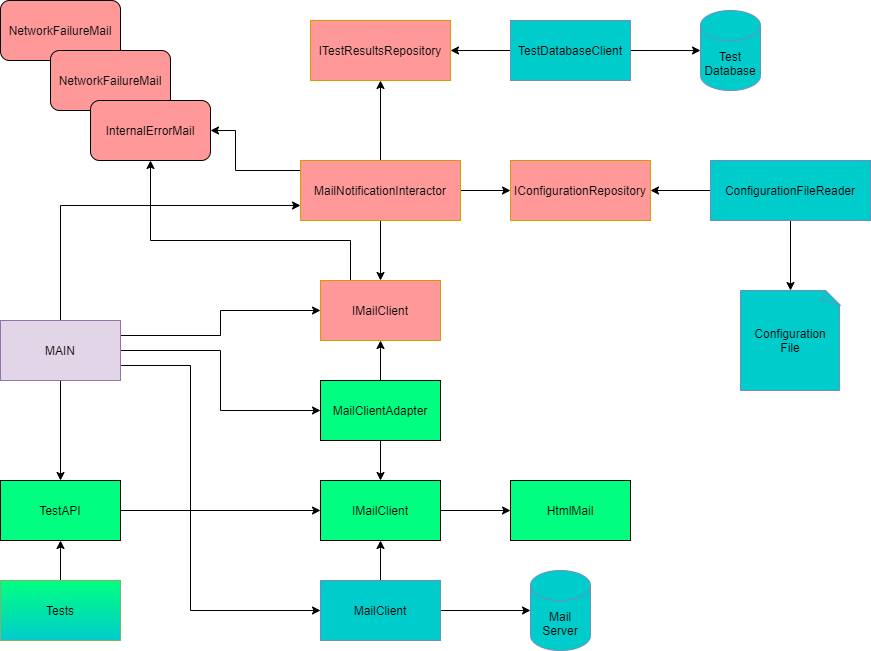
Earlier version of the draw.io export assets/clean-architecture/sending-emails/Step4.drawio.png (plainionist/plainionist.github.io). Source tidied: cells renumbered, new cells last; positions are measured from the earlier drawing's top-left corner, leaving out a move shared by most shapes. Its diagram source:
```xml
<mxGraphModel>
  <root>
    <mxCell id="0" />
    <mxCell id="1" parent="0" />
    <mxCell id="2" value="NetworkFailureMail" style="rounded=1;whiteSpace=wrap;html=1;fillColor=#FF9999;" parent="1" vertex="1">
      <mxGeometry width="120" height="60" as="geometry" />
    </mxCell>
    <mxCell id="3" style="edgeStyle=orthogonalEdgeStyle;rounded=0;jettySize=auto;html=1;exitX=1;exitY=0.5;exitDx=0;exitDy=0;" parent="1" edge="1" source="5" target="6">
      <mxGeometry relative="1" as="geometry" />
    </mxCell>
    <mxCell id="4" style="edgeStyle=orthogonalEdgeStyle;rounded=0;jettySize=auto;html=1;exitX=0.5;exitY=0;exitDx=0;exitDy=0;entryX=0.5;entryY=1;entryDx=0;entryDy=0;" parent="1" edge="1" source="5" target="33">
      <mxGeometry relative="1" as="geometry" />
    </mxCell>
    <mxCell id="5" value="MailClient" style="rounded=0;whiteSpace=wrap;html=1;fillColor=#00CCCC;strokeColor=#6c8ebf;" parent="1" vertex="1">
      <mxGeometry x="320" y="580" width="120" height="60" as="geometry" />
    </mxCell>
    <mxCell id="6" value="Mail&lt;br&gt;Server" style="shape=cylinder3;whiteSpace=wrap;html=1;boundedLbl=1;backgroundOutline=1;size=15;fillColor=#00CCCC;strokeColor=#6c8ebf;" parent="1" vertex="1">
      <mxGeometry x="530" y="570" width="60" height="80" as="geometry" />
    </mxCell>
    <mxCell id="7" style="edgeStyle=orthogonalEdgeStyle;rounded=0;jettySize=auto;html=1;exitX=0;exitY=0.5;exitDx=0;exitDy=0;entryX=1;entryY=0.5;entryDx=0;entryDy=0;" parent="1" edge="1" source="11" target="25">
      <mxGeometry relative="1" as="geometry">
        <Array as="points">
          <mxPoint x="320" y="170" />
          <mxPoint x="235" y="170" />
          <mxPoint x="235" y="100" />
        </Array>
      </mxGeometry>
    </mxCell>
    <mxCell id="8" style="edgeStyle=orthogonalEdgeStyle;rounded=0;jettySize=auto;html=1;exitX=0.5;exitY=1;exitDx=0;exitDy=0;entryX=0.5;entryY=0;entryDx=0;entryDy=0;" parent="1" edge="1" source="11" target="13">
      <mxGeometry relative="1" as="geometry" />
    </mxCell>
    <mxCell id="9" style="edgeStyle=orthogonalEdgeStyle;rounded=0;jettySize=auto;html=1;exitX=0.5;exitY=0;exitDx=0;exitDy=0;entryX=0.5;entryY=1;entryDx=0;entryDy=0;" parent="1" edge="1" source="11" target="22">
      <mxGeometry relative="1" as="geometry" />
    </mxCell>
    <mxCell id="10" style="edgeStyle=orthogonalEdgeStyle;rounded=0;jettySize=auto;html=1;exitX=1;exitY=0.5;exitDx=0;exitDy=0;entryX=0;entryY=0.5;entryDx=0;entryDy=0;" parent="1" edge="1" source="11" target="23">
      <mxGeometry relative="1" as="geometry" />
    </mxCell>
    <mxCell id="11" value="MailNotificationInteractor" style="rounded=0;whiteSpace=wrap;html=1;fillColor=#FF9999;strokeColor=#d79b00;" parent="1" vertex="1">
      <mxGeometry x="300" y="160" width="160" height="60" as="geometry" />
    </mxCell>
    <mxCell id="12" style="edgeStyle=orthogonalEdgeStyle;rounded=0;jettySize=auto;html=1;exitX=0.25;exitY=0;exitDx=0;exitDy=0;entryX=0.5;entryY=1;entryDx=0;entryDy=0;" parent="1" edge="1" source="13" target="25">
      <mxGeometry relative="1" as="geometry">
        <Array as="points">
          <mxPoint x="350" y="240" />
          <mxPoint x="150" y="240" />
        </Array>
      </mxGeometry>
    </mxCell>
    <mxCell id="13" value="IMailClient" style="rounded=0;whiteSpace=wrap;html=1;fillColor=#FF9999;strokeColor=#d79b00;" parent="1" vertex="1">
      <mxGeometry x="320" y="280" width="120" height="60" as="geometry" />
    </mxCell>
    <mxCell id="14" style="edgeStyle=orthogonalEdgeStyle;rounded=0;jettySize=auto;html=1;exitX=1;exitY=0.75;exitDx=0;exitDy=0;entryX=0;entryY=0.5;entryDx=0;entryDy=0;" parent="1" edge="1" source="19" target="5">
      <mxGeometry relative="1" as="geometry">
        <Array as="points">
          <mxPoint x="190" y="365" />
          <mxPoint x="190" y="610" />
        </Array>
      </mxGeometry>
    </mxCell>
    <mxCell id="15" style="edgeStyle=orthogonalEdgeStyle;rounded=0;jettySize=auto;html=1;exitX=1;exitY=0.25;exitDx=0;exitDy=0;" parent="1" edge="1" source="19" target="13">
      <mxGeometry relative="1" as="geometry" />
    </mxCell>
    <mxCell id="16" style="edgeStyle=orthogonalEdgeStyle;rounded=0;jettySize=auto;html=1;exitX=0.5;exitY=0;exitDx=0;exitDy=0;entryX=0;entryY=0.75;entryDx=0;entryDy=0;" parent="1" edge="1" source="19" target="11">
      <mxGeometry relative="1" as="geometry" />
    </mxCell>
    <mxCell id="17" style="edgeStyle=orthogonalEdgeStyle;rounded=0;jettySize=auto;html=1;exitX=1;exitY=0.5;exitDx=0;exitDy=0;entryX=0;entryY=0.5;entryDx=0;entryDy=0;" parent="1" edge="1" source="19" target="36">
      <mxGeometry relative="1" as="geometry" />
    </mxCell>
    <mxCell id="18" style="edgeStyle=orthogonalEdgeStyle;rounded=0;jettySize=auto;html=1;exitX=0.5;exitY=1;exitDx=0;exitDy=0;" parent="1" edge="1" source="19" target="39">
      <mxGeometry relative="1" as="geometry" />
    </mxCell>
    <mxCell id="19" value="MAIN" style="rounded=0;whiteSpace=wrap;html=1;fillColor=#e1d5e7;strokeColor=#9673a6;" parent="1" vertex="1">
      <mxGeometry y="320" width="120" height="60" as="geometry" />
    </mxCell>
    <mxCell id="20" value="Test&lt;br&gt;Database" style="shape=cylinder3;whiteSpace=wrap;html=1;boundedLbl=1;backgroundOutline=1;size=15;fillColor=#00CCCC;strokeColor=#6c8ebf;" parent="1" vertex="1">
      <mxGeometry x="700" y="10" width="60" height="80" as="geometry" />
    </mxCell>
    <mxCell id="21" value="Configuration&lt;br&gt;File" style="whiteSpace=wrap;html=1;shape=mxgraph.basic.document;fillColor=#00CCCC;strokeColor=#6c8ebf;" parent="1" vertex="1">
      <mxGeometry x="740" y="290" width="100" height="100" as="geometry" />
    </mxCell>
    <mxCell id="22" value="ITestResultsRepository" style="rounded=0;whiteSpace=wrap;html=1;fillColor=#FF9999;strokeColor=#d79b00;" parent="1" vertex="1">
      <mxGeometry x="310" y="20" width="140" height="60" as="geometry" />
    </mxCell>
    <mxCell id="23" value="IConfigurationRepository" style="rounded=0;whiteSpace=wrap;html=1;fillColor=#FF9999;strokeColor=#d79b00;" parent="1" vertex="1">
      <mxGeometry x="510" y="160" width="140" height="60" as="geometry" />
    </mxCell>
    <mxCell id="24" value="NetworkFailureMail" style="rounded=1;whiteSpace=wrap;html=1;fillColor=#FF9999;" parent="1" vertex="1">
      <mxGeometry x="50" y="50" width="120" height="60" as="geometry" />
    </mxCell>
    <mxCell id="25" value="InternalErrorMail" style="rounded=1;whiteSpace=wrap;html=1;fillColor=#FF9999;" parent="1" vertex="1">
      <mxGeometry x="90" y="100" width="120" height="60" as="geometry" />
    </mxCell>
    <mxCell id="26" style="edgeStyle=orthogonalEdgeStyle;rounded=0;jettySize=auto;html=1;entryX=1;entryY=0.5;entryDx=0;entryDy=0;" parent="1" edge="1" source="28" target="22">
      <mxGeometry relative="1" as="geometry" />
    </mxCell>
    <mxCell id="27" style="edgeStyle=orthogonalEdgeStyle;rounded=0;jettySize=auto;html=1;exitX=1;exitY=0.5;exitDx=0;exitDy=0;entryX=0;entryY=0.5;entryDx=0;entryDy=0;entryPerimeter=0;" parent="1" edge="1" source="28" target="20">
      <mxGeometry relative="1" as="geometry" />
    </mxCell>
    <mxCell id="28" value="TestDatabaseClient" style="rounded=0;whiteSpace=wrap;html=1;fillColor=#00CCCC;strokeColor=#6c8ebf;" parent="1" vertex="1">
      <mxGeometry x="510" y="20" width="120" height="60" as="geometry" />
    </mxCell>
    <mxCell id="29" style="edgeStyle=orthogonalEdgeStyle;rounded=0;jettySize=auto;html=1;entryX=1;entryY=0.5;entryDx=0;entryDy=0;" parent="1" edge="1" source="31" target="23">
      <mxGeometry relative="1" as="geometry" />
    </mxCell>
    <mxCell id="30" style="edgeStyle=orthogonalEdgeStyle;rounded=0;jettySize=auto;html=1;exitX=0.5;exitY=1;exitDx=0;exitDy=0;entryX=0.5;entryY=0;entryDx=0;entryDy=0;entryPerimeter=0;" parent="1" edge="1" source="31" target="21">
      <mxGeometry relative="1" as="geometry" />
    </mxCell>
    <mxCell id="31" value="ConfigurationFileReader" style="rounded=0;whiteSpace=wrap;html=1;fillColor=#00CCCC;strokeColor=#6c8ebf;" parent="1" vertex="1">
      <mxGeometry x="710" y="160" width="160" height="60" as="geometry" />
    </mxCell>
    <mxCell id="32" style="edgeStyle=orthogonalEdgeStyle;rounded=0;jettySize=auto;html=1;exitX=1;exitY=0.5;exitDx=0;exitDy=0;entryX=0;entryY=0.5;entryDx=0;entryDy=0;" parent="1" edge="1" source="33" target="37">
      <mxGeometry relative="1" as="geometry" />
    </mxCell>
    <mxCell id="33" value="IMailClient" style="rounded=0;whiteSpace=wrap;html=1;fillColor=#00FF80;" parent="1" vertex="1">
      <mxGeometry x="320" y="480" width="120" height="60" as="geometry" />
    </mxCell>
    <mxCell id="34" style="edgeStyle=orthogonalEdgeStyle;rounded=0;jettySize=auto;html=1;exitX=0.5;exitY=0;exitDx=0;exitDy=0;entryX=0.5;entryY=1;entryDx=0;entryDy=0;" parent="1" edge="1" source="36" target="13">
      <mxGeometry relative="1" as="geometry" />
    </mxCell>
    <mxCell id="35" style="edgeStyle=orthogonalEdgeStyle;rounded=0;jettySize=auto;html=1;entryX=0.5;entryY=0;entryDx=0;entryDy=0;" parent="1" edge="1" source="36" target="33">
      <mxGeometry relative="1" as="geometry" />
    </mxCell>
    <mxCell id="36" value="MailClientAdapter" style="rounded=0;whiteSpace=wrap;html=1;fillColor=#00FF80;" parent="1" vertex="1">
      <mxGeometry x="320" y="380" width="120" height="60" as="geometry" />
    </mxCell>
    <mxCell id="37" value="HtmlMail" style="rounded=0;whiteSpace=wrap;html=1;fillColor=#00FF80;" parent="1" vertex="1">
      <mxGeometry x="510" y="480" width="120" height="60" as="geometry" />
    </mxCell>
    <mxCell id="38" style="edgeStyle=orthogonalEdgeStyle;rounded=0;jettySize=auto;html=1;exitX=1;exitY=0.5;exitDx=0;exitDy=0;" parent="1" edge="1" source="39">
      <mxGeometry relative="1" as="geometry">
        <mxPoint x="320" y="510" as="targetPoint" />
      </mxGeometry>
    </mxCell>
    <mxCell id="39" value="TestAPI" style="rounded=0;whiteSpace=wrap;html=1;fillColor=#00FF80;" parent="1" vertex="1">
      <mxGeometry y="480" width="120" height="60" as="geometry" />
    </mxCell>
    <mxCell id="40" style="edgeStyle=orthogonalEdgeStyle;rounded=0;jettySize=auto;html=1;exitX=0.5;exitY=0;exitDx=0;exitDy=0;entryX=0.5;entryY=1;entryDx=0;entryDy=0;" parent="1" edge="1" source="41" target="39">
      <mxGeometry relative="1" as="geometry" />
    </mxCell>
    <mxCell id="41" value="Tests" style="rounded=0;whiteSpace=wrap;html=1;fillColor=#00FF80;strokeColor=#82b366;gradientColor=#00CCCC;gradientDirection=south;" parent="1" vertex="1">
      <mxGeometry y="580" width="120" height="60" as="geometry" />
    </mxCell>
  </root>
</mxGraphModel>
```
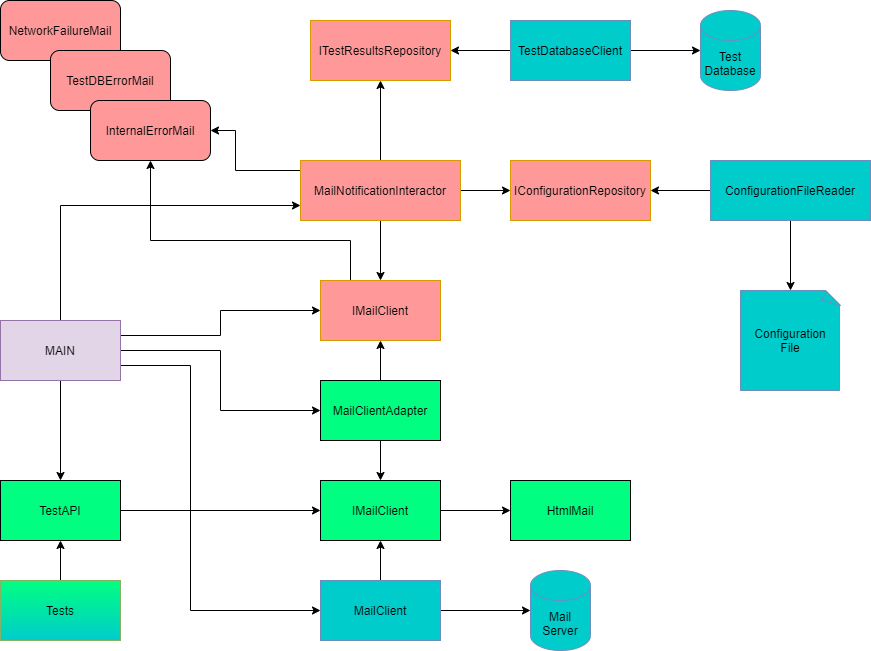
The same file after the commit.

The edit, as a diff of the source:
```diff
@@ -84,7 +84,7 @@
     <mxCell id="23" value="IConfigurationRepository" style="rounded=0;whiteSpace=wrap;html=1;fillColor=#FF9999;strokeColor=#d79b00;" parent="1" vertex="1">
       <mxGeometry x="510" y="160" width="140" height="60" as="geometry" />
     </mxCell>
-    <mxCell id="24" value="NetworkFailureMail" style="rounded=1;whiteSpace=wrap;html=1;fillColor=#FF9999;" parent="1" vertex="1">
+    <mxCell id="24" value="TestDBErrorMail" style="rounded=1;whiteSpace=wrap;html=1;fillColor=#FF9999;" parent="1" vertex="1">
       <mxGeometry x="50" y="50" width="120" height="60" as="geometry" />
     </mxCell>
     <mxCell id="25" value="InternalErrorMail" style="rounded=1;whiteSpace=wrap;html=1;fillColor=#FF9999;" parent="1" vertex="1">
```
